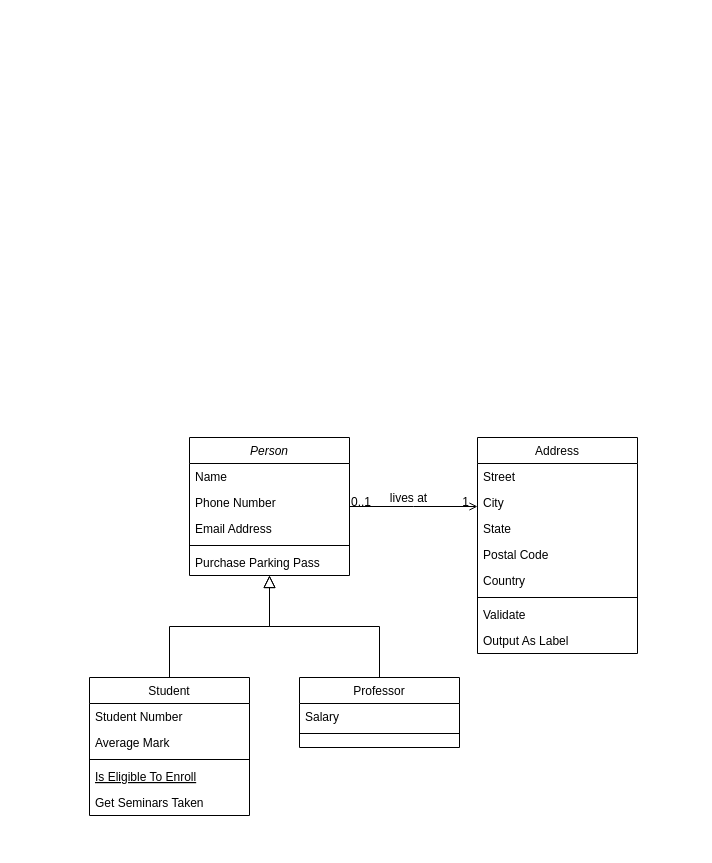
This is import folder structure.drawio from elninot/test, a draw.io file, before an edit. Source tidied: cells renumbered, new cells numbered last; positions are measured from the earlier drawing's top-left corner, leaving out a move shared by most shapes. Both pictures are drawn from the tidied source at 100%, with x=0, y=0 at pixel (89, 437).
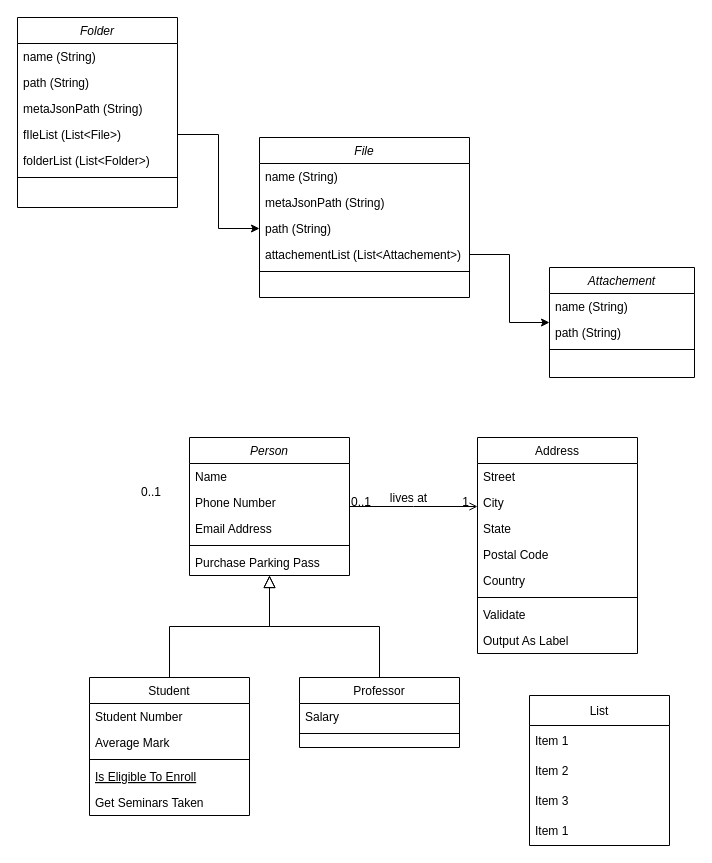
Above is the later version.

Diff of the diagram source:
```diff
@@
+    <mxCell id="32" value="Folder" style="swimlane;fontStyle=2;align=center;verticalAlign=top;horizontal=1;startSize=26;rounded=0;shadow=0;strokeWidth=1;" parent="1" vertex="1">
+      <mxGeometry x="-72" y="-420" width="160" height="190" as="geometry" />
+    </mxCell>
+    <mxCell id="33" value="name (String)" style="text;align=left;verticalAlign=top;spacingLeft=4;spacingRight=4;overflow=hidden;" parent="32" vertex="1">
+      <mxGeometry y="26" width="160" height="26" as="geometry" />
+    </mxCell>
+    <mxCell id="34" value="path (String)" style="text;align=left;verticalAlign=top;spacingLeft=4;spacingRight=4;overflow=hidden;rounded=0;shadow=0;html=0;" parent="32" vertex="1">
+      <mxGeometry y="52" width="160" height="26" as="geometry" />
+    </mxCell>
+    <mxCell id="35" value="metaJsonPath (String)" style="text;align=left;verticalAlign=top;spacingLeft=4;spacingRight=4;overflow=hidden;rounded=0;shadow=0;html=0;" parent="32" vertex="1">
+      <mxGeometry y="78" width="160" height="26" as="geometry" />
+    </mxCell>
+    <mxCell id="36" value="fIleList (List&lt;File&gt;)" style="text;align=left;verticalAlign=top;spacingLeft=4;spacingRight=4;overflow=hidden;points=[[0,0.5],[1,0.5]];portConstraint=eastwest;rounded=0;shadow=0;html=0;" parent="32" vertex="1">
+      <mxGeometry y="104" width="160" height="26" as="geometry" />
+    </mxCell>
+    <mxCell id="37" value="folderList (List&lt;Folder&gt;)" style="text;align=left;verticalAlign=top;spacingLeft=4;spacingRight=4;overflow=hidden;rounded=0;shadow=0;html=0;" parent="32" vertex="1">
+      <mxGeometry y="130" width="160" height="26" as="geometry" />
+    </mxCell>
+    <mxCell id="38" style="line;html=1;strokeWidth=1;align=left;verticalAlign=middle;spacingTop=-1;spacingLeft=3;spacingRight=3;labelPosition=right;" parent="32" vertex="1">
+      <mxGeometry y="156" width="160" height="8" as="geometry" />
+    </mxCell>
+    <mxCell id="39" value="List" style="swimlane;fontStyle=0;horizontal=1;startSize=30;" parent="1" vertex="1">
+      <mxGeometry x="440" y="258" width="140" height="150" as="geometry" />
+    </mxCell>
+    <mxCell id="40" value="Item 1" style="text;strokeColor=none;fillColor=none;align=left;verticalAlign=middle;spacingLeft=4;spacingRight=4;overflow=hidden;" parent="39" vertex="1">
+      <mxGeometry y="30" width="140" height="30" as="geometry" />
+    </mxCell>
+    <mxCell id="41" value="Item 2" style="text;strokeColor=none;fillColor=none;align=left;verticalAlign=middle;spacingLeft=4;spacingRight=4;overflow=hidden;" parent="39" vertex="1">
+      <mxGeometry y="60" width="140" height="30" as="geometry" />
+    </mxCell>
+    <mxCell id="42" value="Item 3" style="text;strokeColor=none;fillColor=none;align=left;verticalAlign=middle;spacingLeft=4;spacingRight=4;overflow=hidden;" parent="39" vertex="1">
+      <mxGeometry y="90" width="140" height="30" as="geometry" />
+    </mxCell>
+    <mxCell id="43" value="Item 1" style="text;strokeColor=none;fillColor=none;align=left;verticalAlign=middle;spacingLeft=4;spacingRight=4;overflow=hidden;" parent="39" vertex="1">
+      <mxGeometry y="120" width="140" height="30" as="geometry" />
+    </mxCell>
+    <mxCell id="44" value="0..1" style="align=left;verticalAlign=bottom;labelBackgroundColor=none;fontSize=12;" parent="1" vertex="1">
+      <mxGeometry x="50" y="63" as="geometry" />
+    </mxCell>
+    <mxCell id="45" value="File" style="swimlane;fontStyle=2;align=center;verticalAlign=top;horizontal=1;startSize=26;rounded=0;shadow=0;strokeWidth=1;" parent="1" vertex="1">
+      <mxGeometry x="170" y="-300" width="210" height="160" as="geometry" />
+    </mxCell>
+    <mxCell id="46" value="name (String)" style="text;align=left;verticalAlign=top;spacingLeft=4;spacingRight=4;overflow=hidden;" parent="45" vertex="1">
+      <mxGeometry y="26" width="210" height="26" as="geometry" />
+    </mxCell>
+    <mxCell id="47" value="metaJsonPath (String)" style="text;align=left;verticalAlign=top;spacingLeft=4;spacingRight=4;overflow=hidden;rounded=0;shadow=0;html=0;" parent="45" vertex="1">
+      <mxGeometry y="52" width="210" height="26" as="geometry" />
+    </mxCell>
+    <mxCell id="48" value="path (String)" style="text;align=left;verticalAlign=top;spacingLeft=4;spacingRight=4;overflow=hidden;points=[[0,0.5],[1,0.5]];portConstraint=eastwest;rounded=0;shadow=0;html=0;" parent="45" vertex="1">
+      <mxGeometry y="78" width="210" height="26" as="geometry" />
+    </mxCell>
+    <mxCell id="49" value="attachementList (List&lt;Attachement&gt;)" style="text;align=left;verticalAlign=top;spacingLeft=4;spacingRight=4;overflow=hidden;points=[[0,0.5],[1,0.5]];portConstraint=eastwest;rounded=0;shadow=0;html=0;" parent="45" vertex="1">
+      <mxGeometry y="104" width="210" height="26" as="geometry" />
+    </mxCell>
+    <mxCell id="50" style="line;html=1;strokeWidth=1;align=left;verticalAlign=middle;spacingTop=-1;spacingLeft=3;spacingRight=3;labelPosition=right;" parent="45" vertex="1">
+      <mxGeometry y="130" width="210" height="8" as="geometry" />
+    </mxCell>
+    <mxCell id="51" value="Attachement" style="swimlane;fontStyle=2;align=center;verticalAlign=top;horizontal=1;startSize=26;rounded=0;shadow=0;strokeWidth=1;" parent="1" vertex="1">
+      <mxGeometry x="460" y="-170" width="145" height="110" as="geometry" />
+    </mxCell>
+    <mxCell id="52" value="name (String)" style="text;align=left;verticalAlign=top;spacingLeft=4;spacingRight=4;overflow=hidden;" parent="51" vertex="1">
+      <mxGeometry y="26" width="145" height="26" as="geometry" />
+    </mxCell>
+    <mxCell id="53" value="path (String)" style="text;align=left;verticalAlign=top;spacingLeft=4;spacingRight=4;overflow=hidden;rounded=0;shadow=0;html=0;" parent="51" vertex="1">
+      <mxGeometry y="52" width="145" height="26" as="geometry" />
+    </mxCell>
+    <mxCell id="54" style="line;html=1;strokeWidth=1;align=left;verticalAlign=middle;spacingTop=-1;spacingLeft=3;spacingRight=3;labelPosition=right;" parent="51" vertex="1">
+      <mxGeometry y="78" width="145" height="8" as="geometry" />
+    </mxCell>
+    <mxCell id="55" style="edgeStyle=orthogonalEdgeStyle;rounded=0;jettySize=auto;html=1;entryX=0;entryY=0.5;entryDx=0;entryDy=0;" parent="1" edge="1" source="36" target="48">
+      <mxGeometry relative="1" as="geometry" />
+    </mxCell>
+    <mxCell id="56" style="edgeStyle=orthogonalEdgeStyle;rounded=0;jettySize=auto;html=1;" parent="1" edge="1" source="49" target="51">
+      <mxGeometry relative="1" as="geometry" />
+    </mxCell>
```
